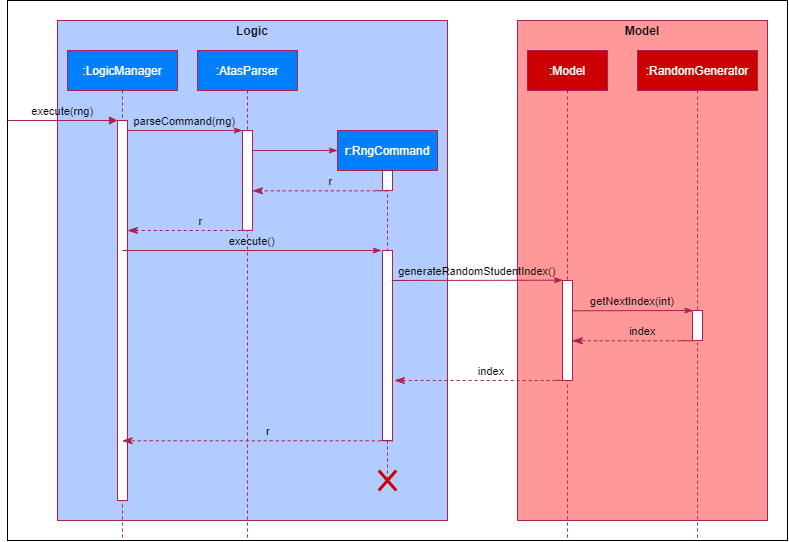
nweiyue/tp keeps this draw.io diagram as docs/images/RngSequenceDiagram.png. Above is the earlier version. Source tidied: cells renumbered, new cells last; positions are measured from the earlier drawing's top-left corner, leaving out a move shared by most shapes.
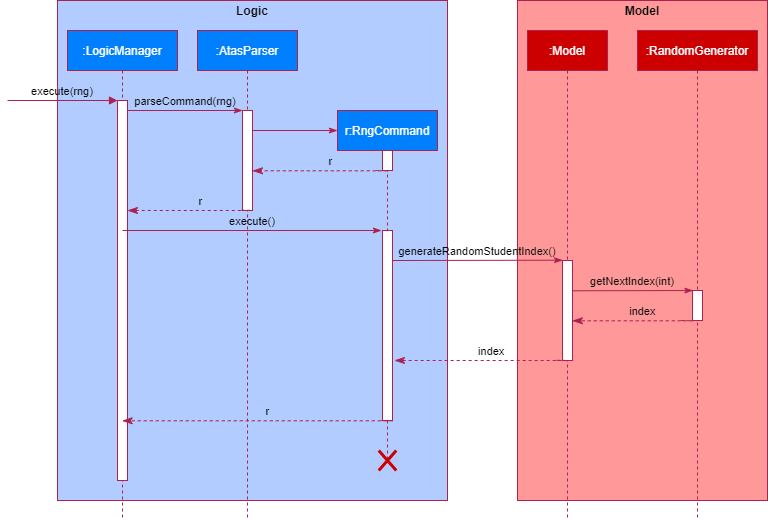
The same diagram one commit later.

What changed in the source:
```diff
@@ -2,9 +2,6 @@
   <root>
     <mxCell id="0" />
     <mxCell id="1" parent="0" />
-    <mxCell id="2" style="rounded=0;whiteSpace=wrap;html=1;fontColor=#FFFFFF;fillColor=#FFFFFF;" parent="1" vertex="1">
-      <mxGeometry width="780" height="540" as="geometry" />
-    </mxCell>
     <mxCell id="3" style="rounded=0;whiteSpace=wrap;html=1;strokeColor=#AC2150;fillColor=#B3CCFF;" parent="1" vertex="1">
       <mxGeometry x="50" y="20" width="390" height="500" as="geometry" />
     </mxCell>
```
